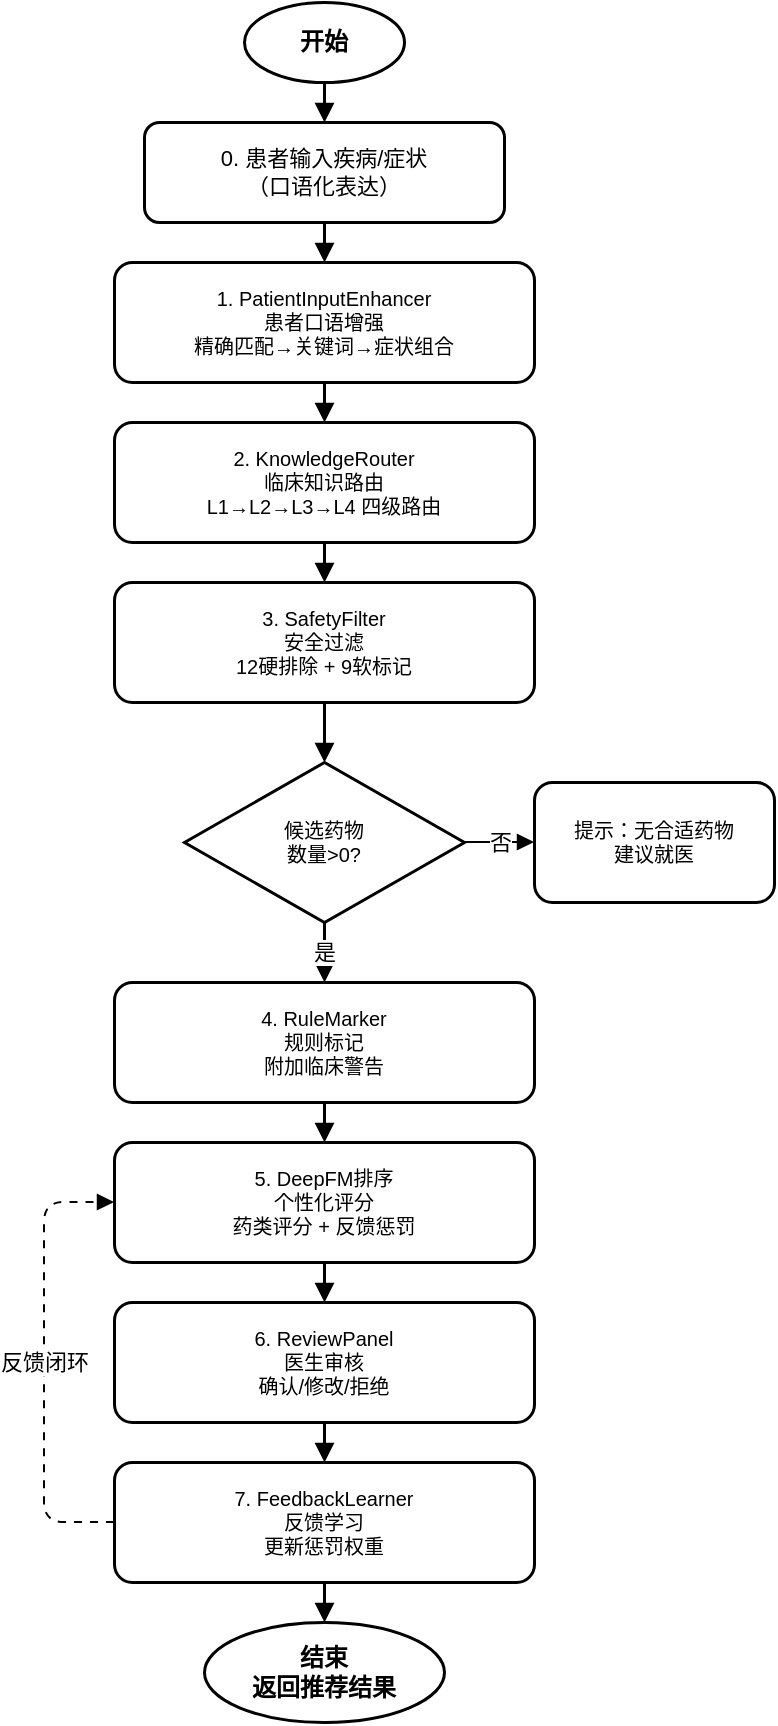
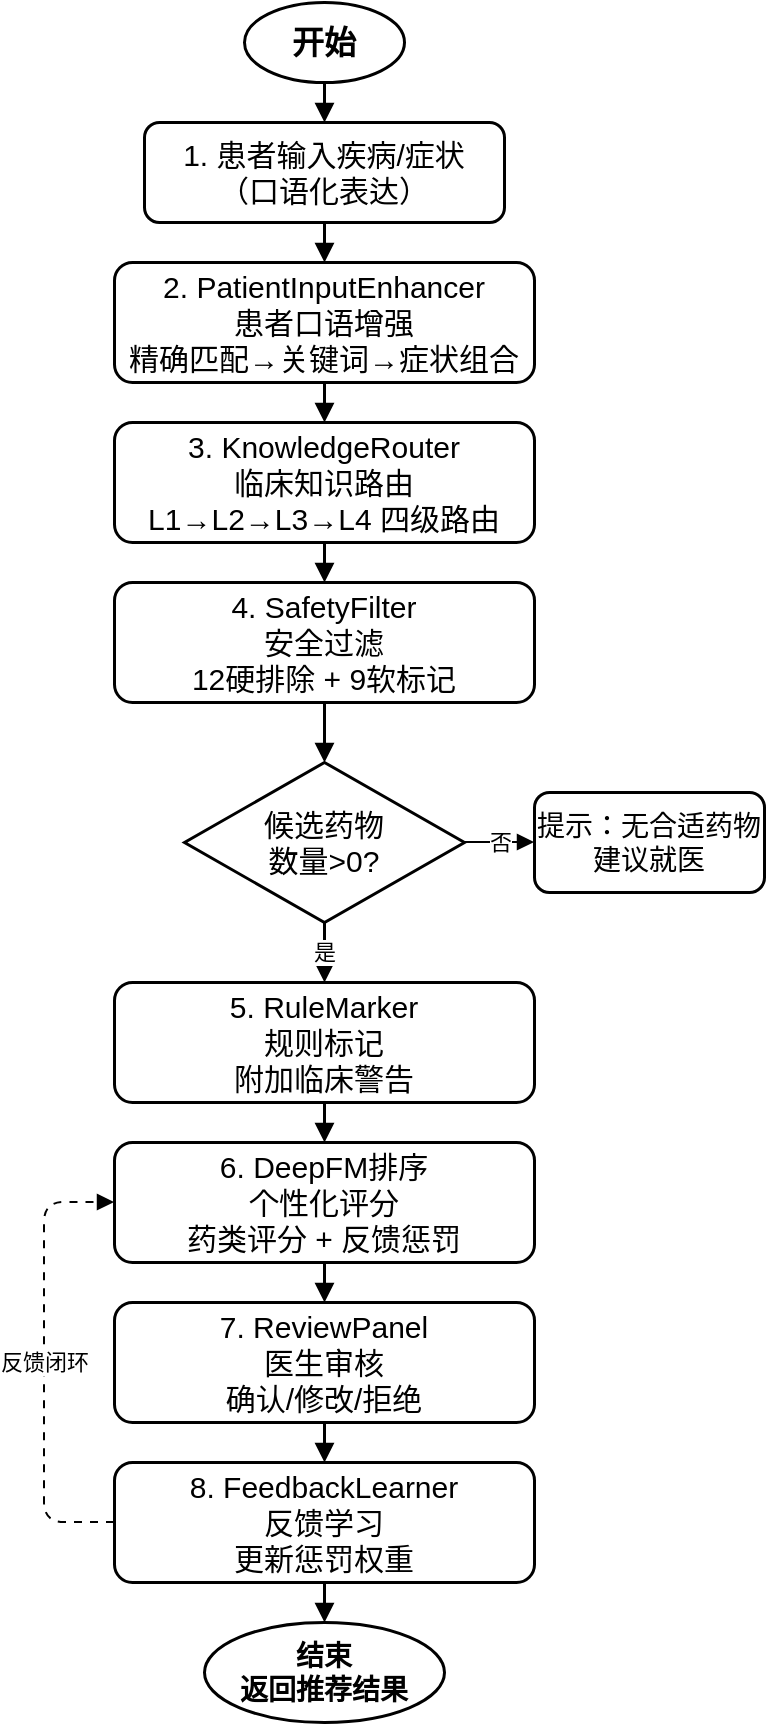
<mxfile host="Electron">
  <diagram name="用药推荐流程图" id="recommendation-flow">
-     <mxGraphModel dx="945" dy="602" grid="1" gridSize="10" guides="1" tooltips="1" connect="1" arrows="1" fold="1" page="1" pageScale="1" pageWidth="1000" pageHeight="1200" background="#ffffff" math="0" shadow="0">
+     <mxGraphModel dx="1364" dy="868" grid="1" gridSize="10" guides="1" tooltips="1" connect="1" arrows="1" fold="1" page="1" pageScale="1" pageWidth="1000" pageHeight="1200" background="#ffffff" math="0" shadow="0">
      <root>
        <mxCell id="0" />
        <mxCell id="1" parent="0" />
-         <mxCell id="start" parent="1" style="ellipse;whiteSpace=wrap;html=1;fillColor=#ffffff;strokeColor=#000000;strokeWidth=1.5;fontSize=12;fontStyle=1;fontColor=#000000;" value="开始" vertex="1">
+         <mxCell id="start" parent="1" style="ellipse;whiteSpace=wrap;html=1;fillColor=#ffffff;strokeColor=#000000;strokeWidth=1.5;fontSize=12;fontStyle=1;fontColor=#000000;" value="&lt;font style=&quot;font-size: 16px;&quot;&gt;开始&lt;/font&gt;" vertex="1">
          <mxGeometry height="40" width="80" x="440" y="90" as="geometry" />
        </mxCell>
-         <mxCell id="step0" parent="1" style="rounded=1;whiteSpace=wrap;html=1;fillColor=#ffffff;strokeColor=#000000;strokeWidth=1.5;fontSize=11;fontColor=#000000;" value="0. 患者输入疾病/症状&#xa;（口语化表达）" vertex="1">
+         <mxCell id="step0" parent="1" style="rounded=1;whiteSpace=wrap;html=1;fillColor=#ffffff;strokeColor=#000000;strokeWidth=1.5;fontSize=11;fontColor=#000000;" value="&lt;font style=&quot;font-size: 15px;&quot;&gt;1. 患者输入疾病/症状&lt;br&gt;（口语化表达）&lt;/font&gt;" vertex="1">
          <mxGeometry height="50" width="180" x="390" y="150" as="geometry" />
        </mxCell>
-         <mxCell id="step1" parent="1" style="rounded=1;whiteSpace=wrap;html=1;fillColor=#ffffff;strokeColor=#000000;strokeWidth=1.5;fontSize=10;fontColor=#000000;" value="1. PatientInputEnhancer&#xa;患者口语增强&#xa;精确匹配→关键词→症状组合" vertex="1">
+         <mxCell id="step1" parent="1" style="rounded=1;whiteSpace=wrap;html=1;fillColor=#ffffff;strokeColor=#000000;strokeWidth=1.5;fontSize=10;fontColor=#000000;" value="&lt;font style=&quot;font-size: 15px;&quot;&gt;2. PatientInputEnhancer&lt;br&gt;患者口语增强&lt;br&gt;精确匹配→关键词→症状组合&lt;/font&gt;" vertex="1">
          <mxGeometry height="60" width="210" x="375" y="220" as="geometry" />
        </mxCell>
-         <mxCell id="step2" parent="1" style="rounded=1;whiteSpace=wrap;html=1;fillColor=#ffffff;strokeColor=#000000;strokeWidth=1.5;fontSize=10;fontColor=#000000;" value="2. KnowledgeRouter&#xa;临床知识路由&#xa;L1→L2→L3→L4 四级路由" vertex="1">
+         <mxCell id="step2" parent="1" style="rounded=1;whiteSpace=wrap;html=1;fillColor=#ffffff;strokeColor=#000000;strokeWidth=1.5;fontSize=10;fontColor=#000000;" value="&lt;font style=&quot;font-size: 15px;&quot;&gt;3. KnowledgeRouter&lt;br&gt;临床知识路由&lt;br&gt;L1→L2→L3→L4 四级路由&lt;/font&gt;" vertex="1">
          <mxGeometry height="60" width="210" x="375" y="300" as="geometry" />
        </mxCell>
-         <mxCell id="step3" parent="1" style="rounded=1;whiteSpace=wrap;html=1;fillColor=#ffffff;strokeColor=#000000;strokeWidth=1.5;fontSize=10;fontColor=#000000;" value="3. SafetyFilter&#xa;安全过滤&#xa;12硬排除 + 9软标记" vertex="1">
+         <mxCell id="step3" parent="1" style="rounded=1;whiteSpace=wrap;html=1;fillColor=#ffffff;strokeColor=#000000;strokeWidth=1.5;fontSize=10;fontColor=#000000;" value="&lt;font style=&quot;font-size: 15px;&quot;&gt;4. SafetyFilter&lt;br&gt;安全过滤&lt;br&gt;12硬排除 + 9软标记&lt;/font&gt;" vertex="1">
          <mxGeometry height="60" width="210" x="375" y="380" as="geometry" />
        </mxCell>
-         <mxCell id="decision1" parent="1" style="rhombus;whiteSpace=wrap;html=1;fillColor=#ffffff;strokeColor=#000000;strokeWidth=1.5;fontSize=10;fontColor=#000000;" value="候选药物&#xa;数量&gt;0?" vertex="1">
+         <mxCell id="decision1" parent="1" style="rhombus;whiteSpace=wrap;html=1;fillColor=#ffffff;strokeColor=#000000;strokeWidth=1.5;fontSize=10;fontColor=#000000;" value="&lt;font style=&quot;font-size: 15px;&quot;&gt;候选药物&lt;br&gt;数量&amp;gt;0?&lt;/font&gt;" vertex="1">
          <mxGeometry height="80" width="140" x="410" y="470" as="geometry" />
        </mxCell>
-         <mxCell id="no_drug" parent="1" style="rounded=1;whiteSpace=wrap;html=1;fillColor=#ffffff;strokeColor=#000000;strokeWidth=1.5;fontSize=10;fontColor=#000000;" value="提示：无合适药物&#xa;建议就医" vertex="1">
-           <mxGeometry height="60" width="120" x="585" y="480" as="geometry" />
+         <mxCell id="no_drug" parent="1" style="rounded=1;whiteSpace=wrap;html=1;fillColor=#ffffff;strokeColor=#000000;strokeWidth=1.5;fontSize=10;fontColor=#000000;" value="&lt;font style=&quot;font-size: 14px;&quot;&gt;提示：无合适药物&lt;br&gt;建议就医&lt;/font&gt;" vertex="1">
+           <mxGeometry height="50" width="115" x="585" y="485" as="geometry" />
        </mxCell>
-         <mxCell id="step4" parent="1" style="rounded=1;whiteSpace=wrap;html=1;fillColor=#ffffff;strokeColor=#000000;strokeWidth=1.5;fontSize=10;fontColor=#000000;" value="4. RuleMarker&#xa;规则标记&#xa;附加临床警告" vertex="1">
+         <mxCell id="step4" parent="1" style="rounded=1;whiteSpace=wrap;html=1;fillColor=#ffffff;strokeColor=#000000;strokeWidth=1.5;fontSize=10;fontColor=#000000;" value="&lt;font style=&quot;font-size: 15px;&quot;&gt;5. RuleMarker&lt;br&gt;规则标记&lt;br&gt;附加临床警告&lt;/font&gt;" vertex="1">
          <mxGeometry height="60" width="210" x="375" y="580" as="geometry" />
        </mxCell>
-         <mxCell id="step5" parent="1" style="rounded=1;whiteSpace=wrap;html=1;fillColor=#ffffff;strokeColor=#000000;strokeWidth=1.5;fontSize=10;fontColor=#000000;" value="5. DeepFM排序&#xa;个性化评分&#xa;药类评分 + 反馈惩罚" vertex="1">
+         <mxCell id="step5" parent="1" style="rounded=1;whiteSpace=wrap;html=1;fillColor=#ffffff;strokeColor=#000000;strokeWidth=1.5;fontSize=10;fontColor=#000000;" value="&lt;font style=&quot;font-size: 15px;&quot;&gt;6. DeepFM排序&lt;br&gt;个性化评分&lt;br&gt;药类评分 + 反馈惩罚&lt;/font&gt;" vertex="1">
          <mxGeometry height="60" width="210" x="375" y="660" as="geometry" />
        </mxCell>
-         <mxCell id="step6" parent="1" style="rounded=1;whiteSpace=wrap;html=1;fillColor=#ffffff;strokeColor=#000000;strokeWidth=1.5;fontSize=10;fontColor=#000000;" value="6. ReviewPanel&#xa;医生审核&#xa;确认/修改/拒绝" vertex="1">
+         <mxCell id="step6" parent="1" style="rounded=1;whiteSpace=wrap;html=1;fillColor=#ffffff;strokeColor=#000000;strokeWidth=1.5;fontSize=10;fontColor=#000000;" value="&lt;font style=&quot;font-size: 15px;&quot;&gt;7. ReviewPanel&lt;br&gt;医生审核&lt;br&gt;确认/修改/拒绝&lt;/font&gt;" vertex="1">
          <mxGeometry height="60" width="210" x="375" y="740" as="geometry" />
        </mxCell>
-         <mxCell id="step7" parent="1" style="rounded=1;whiteSpace=wrap;html=1;fillColor=#ffffff;strokeColor=#000000;strokeWidth=1.5;fontSize=10;fontColor=#000000;" value="7. FeedbackLearner&#xa;反馈学习&#xa;更新惩罚权重" vertex="1">
+         <mxCell id="step7" parent="1" style="rounded=1;whiteSpace=wrap;html=1;fillColor=#ffffff;strokeColor=#000000;strokeWidth=1.5;fontSize=10;fontColor=#000000;" value="&lt;font style=&quot;font-size: 15px;&quot;&gt;8. FeedbackLearner&lt;br&gt;反馈学习&lt;br&gt;更新惩罚权重&lt;/font&gt;" vertex="1">
          <mxGeometry height="60" width="210" x="375" y="820" as="geometry" />
        </mxCell>
-         <mxCell id="end" parent="1" style="ellipse;whiteSpace=wrap;html=1;fillColor=#ffffff;strokeColor=#000000;strokeWidth=1.5;fontSize=12;fontStyle=1;fontColor=#000000;" value="结束&#xa;返回推荐结果" vertex="1">
+         <mxCell id="end" parent="1" style="ellipse;whiteSpace=wrap;html=1;fillColor=#ffffff;strokeColor=#000000;strokeWidth=1.5;fontSize=12;fontStyle=1;fontColor=#000000;" value="&lt;font style=&quot;font-size: 14px;&quot;&gt;结束&lt;br&gt;返回推荐结果&lt;/font&gt;" vertex="1">
          <mxGeometry height="50" width="120" x="420" y="900" as="geometry" />
        </mxCell>
        <mxCell id="arrow_start_step0" edge="1" parent="1" source="start" style="edgeStyle=orthogonalEdgeStyle;rounded=1;orthogonalLoop=1;jettySize=auto;html=1;strokeWidth=1.5;strokeColor=#000000;endArrow=block;endFill=1;" target="step0">
          <mxGeometry relative="1" as="geometry" />
        </mxCell>
        <mxCell id="arrow_step0_step1" edge="1" parent="1" source="step0" style="edgeStyle=orthogonalEdgeStyle;rounded=1;orthogonalLoop=1;jettySize=auto;html=1;strokeWidth=1.5;strokeColor=#000000;endArrow=block;endFill=1;" target="step1">
          <mxGeometry relative="1" as="geometry" />
        </mxCell>
        <mxCell id="arrow_step1_step2" edge="1" parent="1" source="step1" style="edgeStyle=orthogonalEdgeStyle;rounded=1;orthogonalLoop=1;jettySize=auto;html=1;strokeWidth=1.5;strokeColor=#000000;endArrow=block;endFill=1;" target="step2">
          <mxGeometry relative="1" as="geometry" />
        </mxCell>
        <mxCell id="arrow_step2_step3" edge="1" parent="1" source="step2" style="edgeStyle=orthogonalEdgeStyle;rounded=1;orthogonalLoop=1;jettySize=auto;html=1;strokeWidth=1.5;strokeColor=#000000;endArrow=block;endFill=1;" target="step3">
          <mxGeometry relative="1" as="geometry" />
        </mxCell>
        <mxCell id="arrow_step3_decision1" edge="1" parent="1" source="step3" style="edgeStyle=orthogonalEdgeStyle;rounded=1;orthogonalLoop=1;jettySize=auto;html=1;strokeWidth=1.5;strokeColor=#000000;endArrow=block;endFill=1;" target="decision1">
          <mxGeometry relative="1" as="geometry" />
        </mxCell>
        <mxCell id="arrow_decision1_nodrug" edge="1" parent="1" source="decision1" style="edgeStyle=orthogonalEdgeStyle;rounded=1;orthogonalLoop=1;jettySize=auto;html=1;strokeWidth=1;strokeColor=#000000;endArrow=block;endFill=1;exitX=1;exitY=0.5;entryX=0;entryY=0.5;" target="no_drug" value="否">
          <mxGeometry relative="1" as="geometry" />
        </mxCell>
        <mxCell id="arrow_decision1_step4" edge="1" parent="1" source="decision1" style="edgeStyle=orthogonalEdgeStyle;rounded=1;orthogonalLoop=1;jettySize=auto;html=1;strokeWidth=1.5;strokeColor=#000000;endArrow=block;endFill=1;exitX=0.5;exitY=1;entryX=0.5;entryY=0;" target="step4" value="是">
          <mxGeometry relative="1" as="geometry" />
        </mxCell>
        <mxCell id="arrow_step4_step5" edge="1" parent="1" source="step4" style="edgeStyle=orthogonalEdgeStyle;rounded=1;orthogonalLoop=1;jettySize=auto;html=1;strokeWidth=1.5;strokeColor=#000000;endArrow=block;endFill=1;" target="step5">
          <mxGeometry relative="1" as="geometry" />
        </mxCell>
        <mxCell id="arrow_step5_step6" edge="1" parent="1" source="step5" style="edgeStyle=orthogonalEdgeStyle;rounded=1;orthogonalLoop=1;jettySize=auto;html=1;strokeWidth=1.5;strokeColor=#000000;endArrow=block;endFill=1;" target="step6">
          <mxGeometry relative="1" as="geometry" />
        </mxCell>
        <mxCell id="arrow_step6_step7" edge="1" parent="1" source="step6" style="edgeStyle=orthogonalEdgeStyle;rounded=1;orthogonalLoop=1;jettySize=auto;html=1;strokeWidth=1.5;strokeColor=#000000;endArrow=block;endFill=1;" target="step7">
          <mxGeometry relative="1" as="geometry" />
        </mxCell>
        <mxCell id="arrow_step7_end" edge="1" parent="1" source="step7" style="edgeStyle=orthogonalEdgeStyle;rounded=1;orthogonalLoop=1;jettySize=auto;html=1;strokeWidth=1.5;strokeColor=#000000;endArrow=block;endFill=1;" target="end">
          <mxGeometry relative="1" as="geometry" />
        </mxCell>
        <mxCell id="arrow_feedback" edge="1" parent="1" source="step7" style="edgeStyle=orthogonalEdgeStyle;rounded=1;orthogonalLoop=1;jettySize=auto;html=1;strokeWidth=1;strokeColor=#000000;endArrow=block;endFill=1;dashed=1;dashPattern=4 4;exitX=0;exitY=0.5;entryX=0;entryY=0.5;" target="step5" value="反馈闭环">
          <mxGeometry relative="1" as="geometry">
            <Array as="points">
              <mxPoint x="340" y="850" />
              <mxPoint x="340" y="690" />
            </Array>
          </mxGeometry>
        </mxCell>
      </root>
    </mxGraphModel>
  </diagram>
</mxfile>
